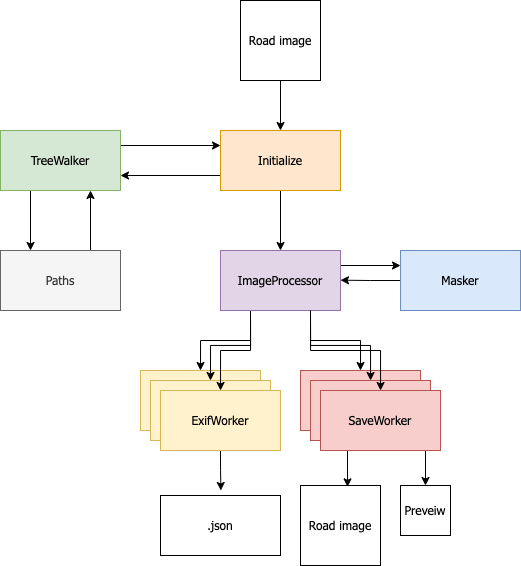
The draw.io diagram docs/wiki/SVV-ImageAnonymisationArchitecture.png in NPRA/image-anonymisation, before a commit. Source tidied: cells renumbered, new cells last; positions are measured from the earlier drawing's top-left corner, leaving out a move shared by most shapes.
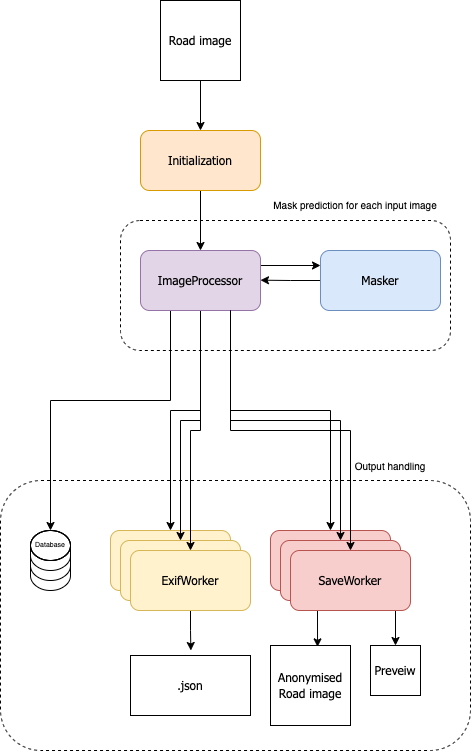
After the change.

The edit, as a diff of the source:
```diff
@@ -2,105 +2,139 @@
   <root>
     <mxCell id="0" />
     <mxCell id="1" parent="0" />
-    <mxCell id="2" value="ExifWorker" style="rounded=0;whiteSpace=wrap;html=1;fontFamily=Tahoma;fillColor=#fff2cc;strokeColor=#d6b656;" parent="1" vertex="1">
-      <mxGeometry x="140" y="370" width="120" height="60" as="geometry" />
+    <mxCell id="2" style="rounded=1;whiteSpace=wrap;html=1;fontSize=7;fillColor=none;dashed=1;" parent="1" vertex="1">
+      <mxGeometry x="80" y="480" width="470" height="270" as="geometry" />
     </mxCell>
-    <mxCell id="3" style="edgeStyle=orthogonalEdgeStyle;rounded=0;jettySize=auto;html=1;exitX=0.5;exitY=1;exitDx=0;exitDy=0;entryX=0.5;entryY=0;entryDx=0;entryDy=0;fontFamily=Tahoma;" parent="1" edge="1" source="4" target="7">
-      <mxGeometry relative="1" as="geometry" />
+    <mxCell id="3" style="rounded=1;whiteSpace=wrap;html=1;dashed=1;fillColor=none;" parent="1" vertex="1">
+      <mxGeometry x="200" y="220" width="330" height="130" as="geometry" />
     </mxCell>
-    <mxCell id="4" value="&lt;font face=&quot;Tahoma&quot;&gt;Road image&lt;/font&gt;" style="whiteSpace=wrap;html=1;" parent="1" vertex="1">
-      <mxGeometry x="240" width="80" height="80" as="geometry" />
+    <mxCell id="4" value="ExifWorker" style="rounded=1;whiteSpace=wrap;html=1;fontFamily=Tahoma;fillColor=#fff2cc;strokeColor=#d6b656;" parent="1" vertex="1">
+      <mxGeometry x="190" y="530" width="120" height="60" as="geometry" />
     </mxCell>
-    <mxCell id="5" style="edgeStyle=orthogonalEdgeStyle;rounded=0;jettySize=auto;html=1;exitX=0.5;exitY=1;exitDx=0;exitDy=0;entryX=0.5;entryY=0;entryDx=0;entryDy=0;fontFamily=Tahoma;" parent="1" edge="1" source="7" target="14">
+    <mxCell id="5" style="edgeStyle=orthogonalEdgeStyle;rounded=0;jettySize=auto;html=1;exitX=0.5;exitY=1;exitDx=0;exitDy=0;entryX=0.5;entryY=0;entryDx=0;entryDy=0;fontFamily=Tahoma;" parent="1" edge="1" source="6" target="8">
       <mxGeometry relative="1" as="geometry" />
     </mxCell>
-    <mxCell id="6" style="edgeStyle=orthogonalEdgeStyle;rounded=0;jettySize=auto;html=1;exitX=0;exitY=0.75;exitDx=0;exitDy=0;entryX=1;entryY=0.75;entryDx=0;entryDy=0;fontFamily=Tahoma;" parent="1" edge="1" source="7" target="31">
-      <mxGeometry relative="1" as="geometry" />
+    <mxCell id="6" value="&lt;font face=&quot;Tahoma&quot;&gt;Road image&lt;/font&gt;" style="whiteSpace=wrap;html=1;" parent="1" vertex="1">
+      <mxGeometry x="240" width="80" height="80" as="geometry" />
     </mxCell>
-    <mxCell id="7" value="Initialize" style="rounded=0;whiteSpace=wrap;html=1;fontFamily=Tahoma;fillColor=#ffe6cc;strokeColor=#d79b00;" parent="1" vertex="1">
-      <mxGeometry x="220" y="130" width="120" height="60" as="geometry" />
+    <mxCell id="7" style="edgeStyle=orthogonalEdgeStyle;rounded=0;jettySize=auto;html=1;exitX=0.5;exitY=1;exitDx=0;exitDy=0;entryX=0.5;entryY=0;entryDx=0;entryDy=0;fontFamily=Tahoma;" parent="1" edge="1" source="8" target="16">
+      <mxGeometry relative="1" as="geometry" />
     </mxCell>
-    <mxCell id="8" style="edgeStyle=orthogonalEdgeStyle;rounded=0;jettySize=auto;html=1;exitX=0.25;exitY=1;exitDx=0;exitDy=0;fontFamily=Tahoma;entryX=0.5;entryY=0;entryDx=0;entryDy=0;" parent="1" edge="1" source="14" target="2">
-      <mxGeometry relative="1" as="geometry" />
+    <mxCell id="8" value="Initialization" style="rounded=1;whiteSpace=wrap;html=1;fontFamily=Tahoma;fillColor=#ffe6cc;strokeColor=#d79b00;" parent="1" vertex="1">
+      <mxGeometry x="220" y="130" width="120" height="60" as="geometry" />
     </mxCell>
-    <mxCell id="9" style="edgeStyle=orthogonalEdgeStyle;rounded=0;jettySize=auto;html=1;exitX=0.25;exitY=1;exitDx=0;exitDy=0;entryX=0.5;entryY=0;entryDx=0;entryDy=0;fontFamily=Tahoma;" parent="1" edge="1" source="14" target="10">
-      <mxGeometry relative="1" as="geometry" />
+    <mxCell id="9" style="edgeStyle=orthogonalEdgeStyle;rounded=0;jettySize=auto;html=1;exitX=0.5;exitY=1;exitDx=0;exitDy=0;fontFamily=Tahoma;entryX=0.5;entryY=0;entryDx=0;entryDy=0;" parent="1" edge="1" source="16" target="4">
+      <mxGeometry relative="1" as="geometry">
+        <Array as="points">
+          <mxPoint x="280" y="410" />
+          <mxPoint x="250" y="410" />
+        </Array>
+      </mxGeometry>
     </mxCell>
-    <mxCell id="10" value="ExifWorker" style="rounded=0;whiteSpace=wrap;html=1;fontFamily=Tahoma;fillColor=#fff2cc;strokeColor=#d6b656;" parent="1" vertex="1">
-      <mxGeometry x="150" y="380" width="120" height="60" as="geometry" />
+    <mxCell id="10" style="edgeStyle=orthogonalEdgeStyle;rounded=0;jettySize=auto;html=1;exitX=0.5;exitY=1;exitDx=0;exitDy=0;entryX=0.5;entryY=0;entryDx=0;entryDy=0;fontFamily=Tahoma;" parent="1" edge="1" source="16" target="11">
+      <mxGeometry relative="1" as="geometry">
+        <Array as="points">
+          <mxPoint x="280" y="420" />
+          <mxPoint x="260" y="420" />
+        </Array>
+      </mxGeometry>
     </mxCell>
-    <mxCell id="11" style="edgeStyle=orthogonalEdgeStyle;rounded=0;jettySize=auto;html=1;exitX=0.25;exitY=1;exitDx=0;exitDy=0;fontFamily=Tahoma;" parent="1" edge="1" source="14" target="16">
-      <mxGeometry relative="1" as="geometry" />
+    <mxCell id="11" value="ExifWorker" style="rounded=1;whiteSpace=wrap;html=1;fontFamily=Tahoma;fillColor=#fff2cc;strokeColor=#d6b656;" parent="1" vertex="1">
+      <mxGeometry x="200" y="540" width="120" height="60" as="geometry" />
     </mxCell>
-    <mxCell id="12" style="edgeStyle=orthogonalEdgeStyle;rounded=0;jettySize=auto;html=1;exitX=0.75;exitY=1;exitDx=0;exitDy=0;entryX=0.5;entryY=0;entryDx=0;entryDy=0;fontFamily=Tahoma;" parent="1" edge="1" source="14" target="17">
+    <mxCell id="12" style="edgeStyle=orthogonalEdgeStyle;rounded=0;jettySize=auto;html=1;exitX=0.5;exitY=1;exitDx=0;exitDy=0;fontFamily=Tahoma;" parent="1" edge="1" source="16" target="18">
       <mxGeometry relative="1" as="geometry" />
     </mxCell>
-    <mxCell id="13" style="edgeStyle=orthogonalEdgeStyle;rounded=0;jettySize=auto;html=1;exitX=1;exitY=0.25;exitDx=0;exitDy=0;entryX=0;entryY=0.25;entryDx=0;entryDy=0;fontFamily=Tahoma;" parent="1" edge="1" source="14" target="28">
-      <mxGeometry relative="1" as="geometry" />
+    <mxCell id="13" style="edgeStyle=orthogonalEdgeStyle;rounded=0;jettySize=auto;html=1;exitX=0.75;exitY=1;exitDx=0;exitDy=0;entryX=0.5;entryY=0;entryDx=0;entryDy=0;fontFamily=Tahoma;" parent="1" edge="1" source="16" target="19">
+      <mxGeometry relative="1" as="geometry">
+        <Array as="points">
+          <mxPoint x="310" y="410" />
+          <mxPoint x="410" y="410" />
+        </Array>
+      </mxGeometry>
     </mxCell>
-    <mxCell id="14" value="ImageProcessor" style="rounded=0;whiteSpace=wrap;html=1;fontFamily=Tahoma;fillColor=#e1d5e7;strokeColor=#9673a6;" parent="1" vertex="1">
-      <mxGeometry x="220" y="250" width="120" height="60" as="geometry" />
+    <mxCell id="14" style="edgeStyle=orthogonalEdgeStyle;rounded=0;jettySize=auto;html=1;exitX=1;exitY=0.25;exitDx=0;exitDy=0;entryX=0;entryY=0.25;entryDx=0;entryDy=0;fontFamily=Tahoma;" parent="1" edge="1" source="16" target="30">
+      <mxGeometry relative="1" as="geometry" />
     </mxCell>
-    <mxCell id="15" style="edgeStyle=orthogonalEdgeStyle;rounded=0;jettySize=auto;html=1;exitX=0.5;exitY=1;exitDx=0;exitDy=0;fontFamily=Tahoma;" parent="1" edge="1" source="16">
+    <mxCell id="15" style="edgeStyle=orthogonalEdgeStyle;rounded=0;jettySize=auto;html=1;exitX=0.25;exitY=1;exitDx=0;exitDy=0;entryX=0.5;entryY=0;entryDx=0;entryDy=0;entryPerimeter=0;fontSize=10;" parent="1" edge="1" source="16" target="34">
       <mxGeometry relative="1" as="geometry">
-        <mxPoint x="220.4" y="490" as="targetPoint" />
+        <Array as="points">
+          <mxPoint x="250" y="400" />
+          <mxPoint x="130" y="400" />
+        </Array>
       </mxGeometry>
     </mxCell>
-    <mxCell id="16" value="ExifWorker" style="rounded=0;whiteSpace=wrap;html=1;fontFamily=Tahoma;fillColor=#fff2cc;strokeColor=#d6b656;" parent="1" vertex="1">
-      <mxGeometry x="160" y="390" width="120" height="60" as="geometry" />
+    <mxCell id="16" value="ImageProcessor" style="rounded=1;whiteSpace=wrap;html=1;fontFamily=Tahoma;fillColor=#e1d5e7;strokeColor=#9673a6;" parent="1" vertex="1">
+      <mxGeometry x="220" y="250" width="120" height="60" as="geometry" />
     </mxCell>
-    <mxCell id="17" value="SaveWorker" style="rounded=0;whiteSpace=wrap;html=1;fontFamily=Tahoma;fillColor=#f8cecc;strokeColor=#b85450;" parent="1" vertex="1">
-      <mxGeometry x="300" y="370" width="120" height="60" as="geometry" />
+    <mxCell id="17" style="edgeStyle=orthogonalEdgeStyle;rounded=0;jettySize=auto;html=1;exitX=0.5;exitY=1;exitDx=0;exitDy=0;fontFamily=Tahoma;" parent="1" edge="1" source="18">
+      <mxGeometry relative="1" as="geometry">
+        <mxPoint x="270.4" y="650" as="targetPoint" />
+      </mxGeometry>
     </mxCell>
-    <mxCell id="18" value="SaveWorker" style="rounded=0;whiteSpace=wrap;html=1;fontFamily=Tahoma;fillColor=#f8cecc;strokeColor=#b85450;" parent="1" vertex="1">
-      <mxGeometry x="310" y="380" width="120" height="60" as="geometry" />
+    <mxCell id="18" value="ExifWorker" style="rounded=1;whiteSpace=wrap;html=1;fontFamily=Tahoma;fillColor=#fff2cc;strokeColor=#d6b656;" parent="1" vertex="1">
+      <mxGeometry x="210" y="550" width="120" height="60" as="geometry" />
     </mxCell>
-    <mxCell id="19" style="edgeStyle=orthogonalEdgeStyle;rounded=0;jettySize=auto;html=1;exitX=0.25;exitY=1;exitDx=0;exitDy=0;entryX=0.588;entryY=0.017;entryDx=0;entryDy=0;entryPerimeter=0;fontFamily=Tahoma;" parent="1" edge="1" source="21" target="25">
-      <mxGeometry relative="1" as="geometry" />
+    <mxCell id="19" value="SaveWorker" style="rounded=1;whiteSpace=wrap;html=1;fontFamily=Tahoma;fillColor=#f8cecc;strokeColor=#b85450;" parent="1" vertex="1">
+      <mxGeometry x="350" y="530" width="120" height="60" as="geometry" />
     </mxCell>
-    <mxCell id="20" style="edgeStyle=orthogonalEdgeStyle;rounded=0;jettySize=auto;html=1;exitX=0.75;exitY=1;exitDx=0;exitDy=0;entryX=0.5;entryY=0;entryDx=0;entryDy=0;fontFamily=Tahoma;" parent="1" edge="1" source="21" target="26">
-      <mxGeometry relative="1" as="geometry" />
+    <mxCell id="20" value="SaveWorker" style="rounded=1;whiteSpace=wrap;html=1;fontFamily=Tahoma;fillColor=#f8cecc;strokeColor=#b85450;" parent="1" vertex="1">
+      <mxGeometry x="360" y="540" width="120" height="60" as="geometry" />
     </mxCell>
-    <mxCell id="21" value="SaveWorker" style="rounded=0;whiteSpace=wrap;html=1;fontFamily=Tahoma;fillColor=#f8cecc;strokeColor=#b85450;" parent="1" vertex="1">
-      <mxGeometry x="320" y="390" width="120" height="60" as="geometry" />
+    <mxCell id="21" style="edgeStyle=orthogonalEdgeStyle;rounded=0;jettySize=auto;html=1;exitX=0.25;exitY=1;exitDx=0;exitDy=0;entryX=0.588;entryY=0.017;entryDx=0;entryDy=0;entryPerimeter=0;fontFamily=Tahoma;" parent="1" edge="1" source="23" target="27">
+      <mxGeometry relative="1" as="geometry" />
     </mxCell>
-    <mxCell id="22" style="edgeStyle=orthogonalEdgeStyle;rounded=0;jettySize=auto;html=1;exitX=0.75;exitY=1;exitDx=0;exitDy=0;fontFamily=Tahoma;" parent="1" edge="1" source="14" target="18">
+    <mxCell id="22" style="edgeStyle=orthogonalEdgeStyle;rounded=0;jettySize=auto;html=1;exitX=0.75;exitY=1;exitDx=0;exitDy=0;entryX=0.5;entryY=0;entryDx=0;entryDy=0;fontFamily=Tahoma;" parent="1" edge="1" source="23" target="28">
       <mxGeometry relative="1" as="geometry" />
     </mxCell>
-    <mxCell id="23" style="edgeStyle=orthogonalEdgeStyle;rounded=0;jettySize=auto;html=1;exitX=0.75;exitY=1;exitDx=0;exitDy=0;fontFamily=Tahoma;" parent="1" edge="1" source="14" target="21">
-      <mxGeometry relative="1" as="geometry" />
+    <mxCell id="23" value="SaveWorker" style="rounded=1;whiteSpace=wrap;html=1;fontFamily=Tahoma;fillColor=#f8cecc;strokeColor=#b85450;" parent="1" vertex="1">
+      <mxGeometry x="370" y="550" width="120" height="60" as="geometry" />
     </mxCell>
-    <mxCell id="24" value=".json" style="rounded=0;whiteSpace=wrap;html=1;fontFamily=Tahoma;" parent="1" vertex="1">
-      <mxGeometry x="160" y="495" width="120" height="60" as="geometry" />
+    <mxCell id="24" style="edgeStyle=orthogonalEdgeStyle;rounded=0;jettySize=auto;html=1;exitX=0.75;exitY=1;exitDx=0;exitDy=0;fontFamily=Tahoma;" parent="1" edge="1" source="16" target="20">
+      <mxGeometry relative="1" as="geometry">
+        <Array as="points">
+          <mxPoint x="310" y="420" />
+          <mxPoint x="420" y="420" />
+        </Array>
+      </mxGeometry>
     </mxCell>
-    <mxCell id="25" value="&lt;font face=&quot;Tahoma&quot;&gt;Road image&lt;/font&gt;" style="whiteSpace=wrap;html=1;" parent="1" vertex="1">
-      <mxGeometry x="300" y="485" width="80" height="80" as="geometry" />
+    <mxCell id="25" style="edgeStyle=orthogonalEdgeStyle;rounded=0;jettySize=auto;html=1;exitX=0.75;exitY=1;exitDx=0;exitDy=0;fontFamily=Tahoma;" parent="1" edge="1" source="16" target="23">
+      <mxGeometry relative="1" as="geometry" />
     </mxCell>
-    <mxCell id="26" value="&lt;font face=&quot;Tahoma&quot;&gt;Preveiw&lt;/font&gt;" style="whiteSpace=wrap;html=1;" parent="1" vertex="1">
-      <mxGeometry x="400" y="485" width="50" height="50" as="geometry" />
+    <mxCell id="26" value=".json" style="rounded=0;whiteSpace=wrap;html=1;fontFamily=Tahoma;" parent="1" vertex="1">
+      <mxGeometry x="210" y="655" width="120" height="60" as="geometry" />
     </mxCell>
-    <mxCell id="27" style="edgeStyle=orthogonalEdgeStyle;rounded=0;jettySize=auto;html=1;exitX=0;exitY=0.5;exitDx=0;exitDy=0;fontFamily=Tahoma;" parent="1" edge="1" source="28">
-      <mxGeometry relative="1" as="geometry">
-        <mxPoint x="340" y="279.7" as="targetPoint" />
-      </mxGeometry>
+    <mxCell id="27" value="&lt;font face=&quot;Tahoma&quot;&gt;Anonymised Road image&lt;/font&gt;" style="whiteSpace=wrap;html=1;" parent="1" vertex="1">
+      <mxGeometry x="350" y="645" width="80" height="80" as="geometry" />
     </mxCell>
-    <mxCell id="28" value="Masker" style="rounded=0;whiteSpace=wrap;html=1;fontFamily=Tahoma;fillColor=#dae8fc;strokeColor=#6c8ebf;" parent="1" vertex="1">
-      <mxGeometry x="400" y="250" width="120" height="60" as="geometry" />
+    <mxCell id="28" value="&lt;font face=&quot;Tahoma&quot;&gt;Preveiw&lt;/font&gt;" style="whiteSpace=wrap;html=1;" parent="1" vertex="1">
+      <mxGeometry x="450" y="645" width="50" height="50" as="geometry" />
     </mxCell>
-    <mxCell id="29" style="edgeStyle=orthogonalEdgeStyle;rounded=0;jettySize=auto;html=1;exitX=0.25;exitY=1;exitDx=0;exitDy=0;entryX=0.25;entryY=0;entryDx=0;entryDy=0;fontFamily=Tahoma;" parent="1" edge="1" source="31" target="33">
-      <mxGeometry relative="1" as="geometry" />
+    <mxCell id="29" style="edgeStyle=orthogonalEdgeStyle;rounded=0;jettySize=auto;html=1;exitX=0;exitY=0.5;exitDx=0;exitDy=0;fontFamily=Tahoma;" parent="1" edge="1" source="30">
+      <mxGeometry relative="1" as="geometry">
+        <mxPoint x="340" y="279.7" as="targetPoint" />
+      </mxGeometry>
     </mxCell>
-    <mxCell id="30" style="edgeStyle=orthogonalEdgeStyle;rounded=0;jettySize=auto;html=1;exitX=1;exitY=0.25;exitDx=0;exitDy=0;entryX=0;entryY=0.25;entryDx=0;entryDy=0;fontFamily=Tahoma;" parent="1" edge="1" source="31" target="7">
-      <mxGeometry relative="1" as="geometry" />
+    <mxCell id="30" value="Masker" style="rounded=1;whiteSpace=wrap;html=1;fontFamily=Tahoma;fillColor=#dae8fc;strokeColor=#6c8ebf;" parent="1" vertex="1">
+      <mxGeometry x="400" y="250" width="120" height="60" as="geometry" />
     </mxCell>
-    <mxCell id="31" value="TreeWalker" style="rounded=0;whiteSpace=wrap;html=1;fontFamily=Tahoma;fillColor=#d5e8d4;strokeColor=#82b366;" parent="1" vertex="1">
-      <mxGeometry y="130" width="120" height="60" as="geometry" />
+    <mxCell id="31" value="&lt;font style=&quot;font-size: 10px&quot;&gt;Mask prediction for each input image&lt;/font&gt;" style="text;html=1;strokeColor=none;fillColor=none;align=center;verticalAlign=middle;whiteSpace=wrap;rounded=0;dashed=1;" parent="1" vertex="1">
+      <mxGeometry x="330" y="190" width="210" height="30" as="geometry" />
     </mxCell>
-    <mxCell id="32" style="edgeStyle=orthogonalEdgeStyle;rounded=0;jettySize=auto;html=1;exitX=0.75;exitY=0;exitDx=0;exitDy=0;entryX=0.75;entryY=1;entryDx=0;entryDy=0;fontFamily=Tahoma;" parent="1" edge="1" source="33" target="31">
-      <mxGeometry relative="1" as="geometry" />
+    <mxCell id="32" style="shape=cylinder3;whiteSpace=wrap;html=1;boundedLbl=1;backgroundOutline=1;size=15;fontSize=10;fillColor=none;" parent="1" vertex="1">
+      <mxGeometry x="110" y="530" width="40" height="60" as="geometry" />
     </mxCell>
-    <mxCell id="33" value="Paths" style="rounded=0;whiteSpace=wrap;html=1;fontFamily=Tahoma;fillColor=#f5f5f5;strokeColor=#666666;fontColor=#333333;" parent="1" vertex="1">
-      <mxGeometry y="250" width="120" height="60" as="geometry" />
+    <mxCell id="33" style="shape=cylinder3;whiteSpace=wrap;html=1;boundedLbl=1;backgroundOutline=1;size=15;fontSize=10;fillColor=none;" parent="1" vertex="1">
+      <mxGeometry x="110" y="530" width="40" height="50" as="geometry" />
     </mxCell>
+    <mxCell id="34" style="shape=cylinder3;whiteSpace=wrap;html=1;boundedLbl=1;backgroundOutline=1;size=15;fontSize=10;fillColor=none;" parent="1" vertex="1">
+      <mxGeometry x="110" y="530" width="40" height="40" as="geometry" />
+    </mxCell>
+    <mxCell id="35" value="Database" style="text;html=1;strokeColor=none;fillColor=none;align=center;verticalAlign=middle;whiteSpace=wrap;rounded=0;fontSize=7;" parent="1" vertex="1">
+      <mxGeometry x="100" y="530" width="60" height="30" as="geometry" />
+    </mxCell>
+    <mxCell id="36" value="Output handling" style="text;html=1;strokeColor=none;fillColor=none;align=center;verticalAlign=middle;whiteSpace=wrap;rounded=0;dashed=1;fontSize=10;" parent="1" vertex="1">
+      <mxGeometry x="430" y="450" width="80" height="30" as="geometry" />
+    </mxCell>
   </root>
 </mxGraphModel>
```
